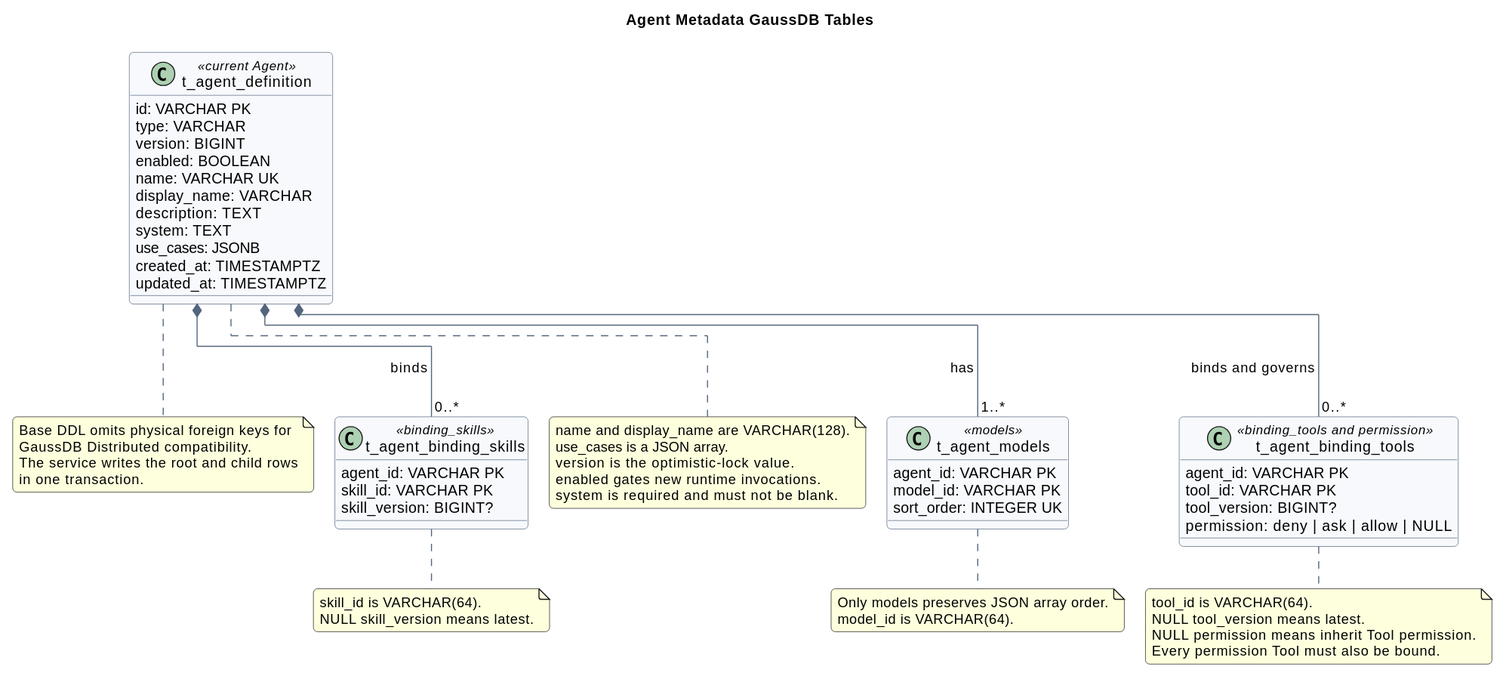
Earlier version of the PlantUML export agent-metadata-gaussdb-design/agent_metadata_gaussdb_model.svg (superheromeZzh/pi-mono-java-design).
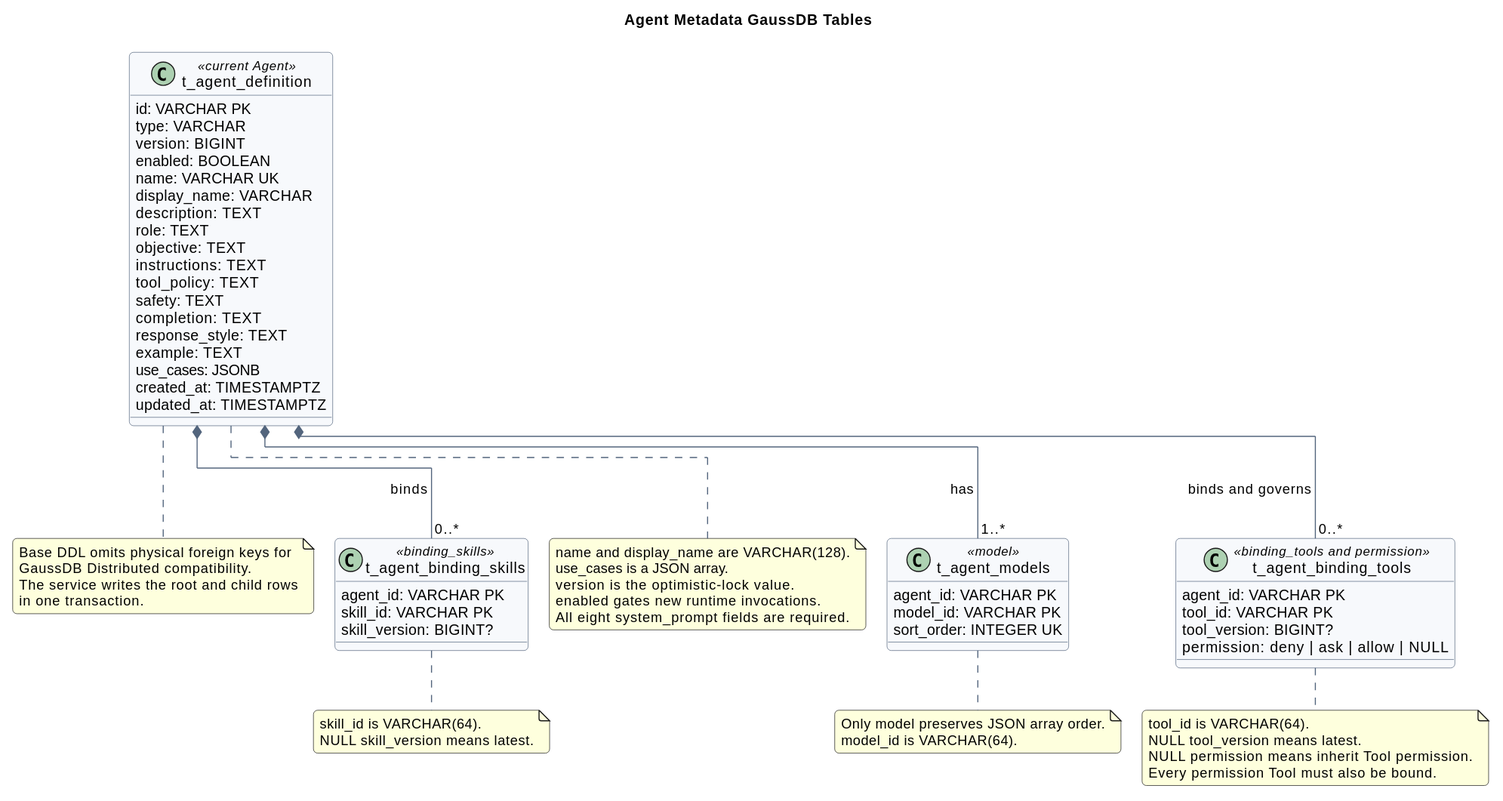
After the commit.

Commit message:
docs(agent): align system prompt schema fields

What changed in the source:
```diff
@@ -22,13 +22,20 @@
   name: VARCHAR UK
   display_name: VARCHAR
   description: TEXT
-  system: TEXT
+  role: TEXT
+  objective: TEXT
+  instructions: TEXT
+  tool_policy: TEXT
+  safety: TEXT
+  completion: TEXT
+  response_style: TEXT
+  example: TEXT
   use_cases: JSONB
   created_at: TIMESTAMPTZ
   updated_at: TIMESTAMPTZ
 }
 
-class t_agent_models <<models>> {
+class t_agent_models <<model>> {
   agent_id: VARCHAR PK
   model_id: VARCHAR PK
   sort_order: INTEGER UK
@@ -56,11 +63,11 @@
 use_cases is a JSON array.
 version is the optimistic-lock value.
 enabled gates new runtime invocations.
-system is required and must not be blank.
+All eight system_prompt fields are required.
 end note
 
 note right of t_agent_models
-Only models preserves JSON array order.
+Only model preserves JSON array order.
 model_id is VARCHAR(64).
 end note
 
```
